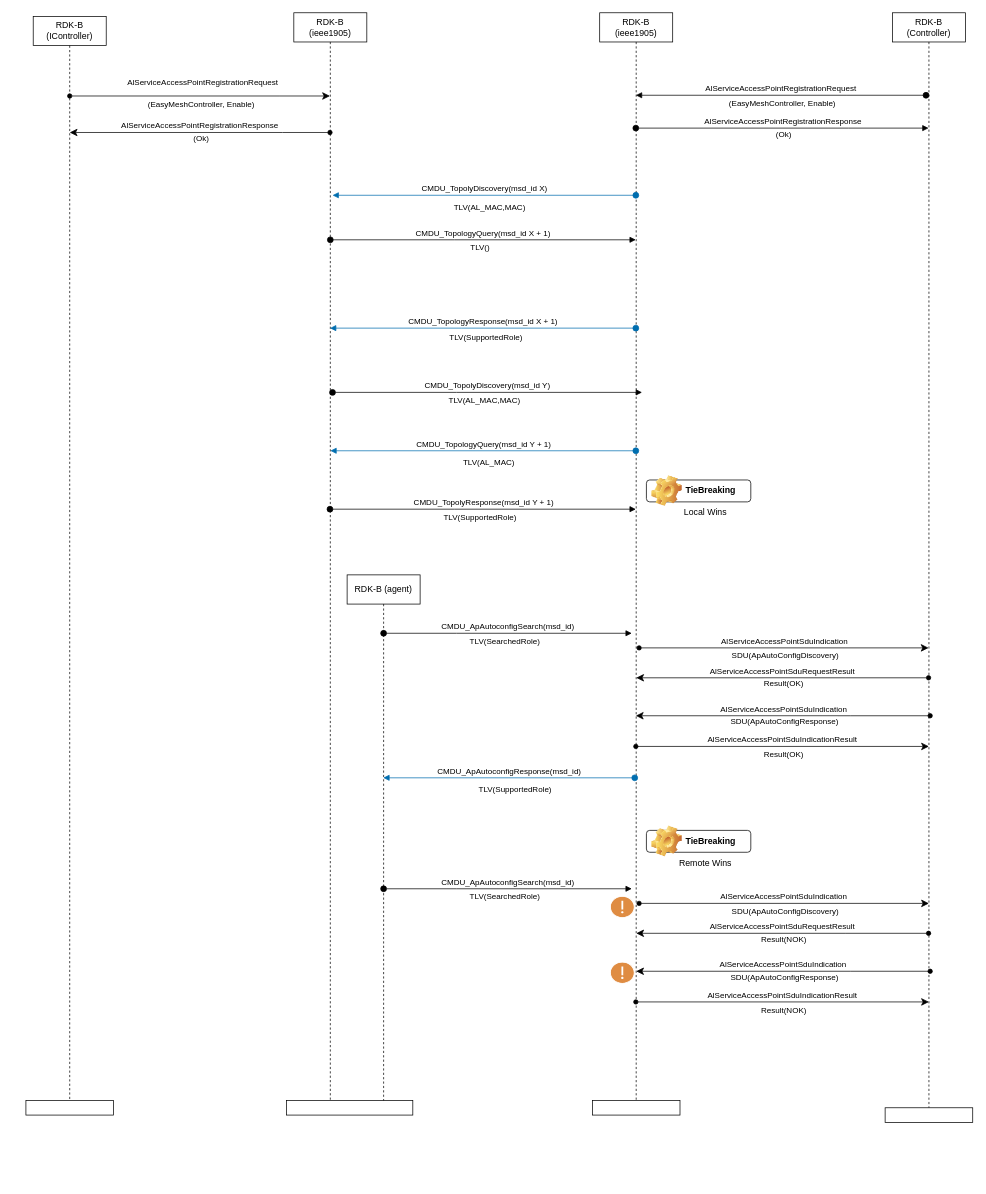
Earlier version of the draw.io diagram page "IEEE1905_PROTECTION" (2 of 2) of docs/architecture/call_flow_diagram/IEEE1905_call_flow.drawio (rdkcentral/ieee1905-rs). Source tidied: cells renumbered, new cells numbered last; positions are measured from the earlier drawing's top-left corner, leaving out a move shared by most shapes. Both pictures are drawn from the tidied source at 73%, with x=0, y=0 at pixel (26, 12).
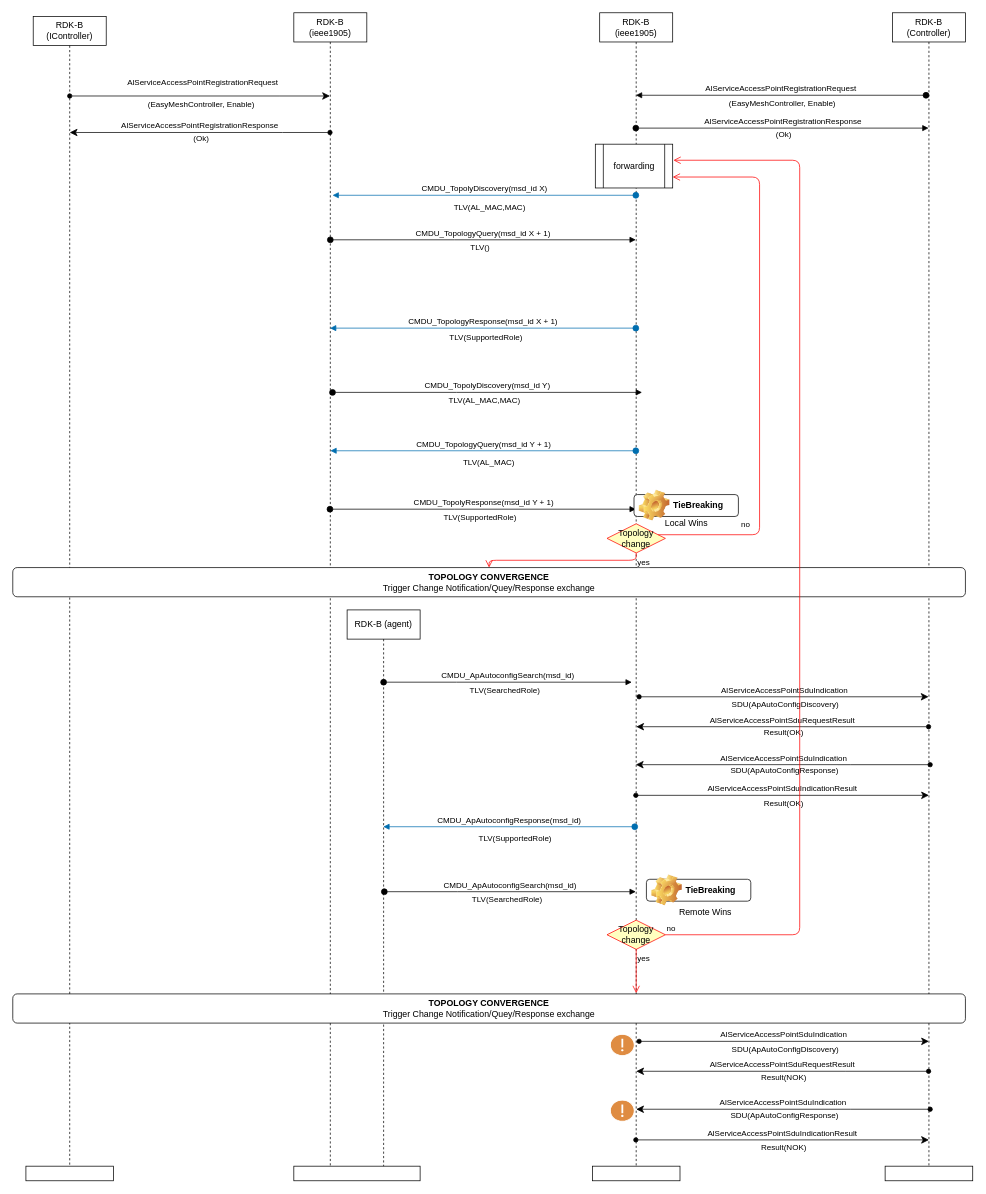
Above is the later version.

The edit, as a diff of the source:
```diff
@@
     <mxCell id="2" value="RDK-B (ieee1905)" style="shape=umlLifeline;perimeter=lifelinePerimeter;whiteSpace=wrap;html=1;outlineConnect=0;portConstraint=eastwest;newEdgeStyle={&quot;curved&quot;:0,&quot;rounded&quot;:0};" parent="1" vertex="1">
-      <mxGeometry x="367" width="100" height="1490" as="geometry" />
+      <mxGeometry x="367" width="100" height="1580" as="geometry" />
     </mxCell>
@@
     <mxCell id="5" value="RDK-B&lt;div&gt;(ieee1905)&lt;/div&gt;" style="shape=umlLifeline;perimeter=lifelinePerimeter;whiteSpace=wrap;html=1;outlineConnect=0;portConstraint=eastwest;newEdgeStyle={&quot;curved&quot;:0,&quot;rounded&quot;:0};" parent="1" vertex="1">
-      <mxGeometry x="786" width="100" height="1490" as="geometry" />
+      <mxGeometry x="786" width="100" height="1580" as="geometry" />
     </mxCell>
     <mxCell id="6" value="RDK-B&lt;br&gt;&lt;div&gt;(Controller&lt;span style=&quot;background-color: transparent; color: light-dark(rgb(0, 0, 0), rgb(255, 255, 255));&quot;&gt;)&lt;/span&gt;&lt;/div&gt;" style="shape=umlLifeline;perimeter=lifelinePerimeter;whiteSpace=wrap;html=1;outlineConnect=0;portConstraint=eastwest;newEdgeStyle={&quot;curved&quot;:0,&quot;rounded&quot;:0};" parent="1" vertex="1">
-      <mxGeometry x="1187" width="100" height="1500" as="geometry" />
+      <mxGeometry x="1187" width="100" height="1580" as="geometry" />
     </mxCell>
@@
-    <mxCell id="21" value="AlServiceAccessPointSduIndication" style="html=1;verticalAlign=bottom;startArrow=classic;startFill=1;endArrow=oval;startSize=8;curved=0;rounded=0;endFill=1;" parent="1" edge="1" source="6">
+    <mxCell id="21" value="AlServiceAccessPointSduIndication" style="html=1;verticalAlign=bottom;startArrow=classic;startFill=1;endArrow=oval;startSize=8;curved=0;rounded=0;endFill=1;" parent="1" edge="1">
       <mxGeometry relative="1" as="geometry">
-        <mxPoint x="840" y="870" as="targetPoint" />
+        <mxPoint x="1236.5" y="937" as="sourcePoint" />
+        <mxPoint x="840" y="937" as="targetPoint" />
       </mxGeometry>
     </mxCell>
@@
-    <mxCell id="23" value="AlServiceAccessPointSduIndication" style="html=1;verticalAlign=bottom;startArrow=classic;startFill=1;endArrow=oval;startSize=8;curved=0;rounded=0;endFill=1;" parent="1" edge="1" source="5">
+    <mxCell id="23" value="AlServiceAccessPointSduIndication" style="html=1;verticalAlign=bottom;startArrow=classic;startFill=1;endArrow=oval;startSize=8;curved=0;rounded=0;endFill=1;" parent="1" edge="1">
       <mxGeometry relative="1" as="geometry">
-        <mxPoint x="1238.7" y="963" as="targetPoint" />
+        <mxPoint x="835.5" y="1030" as="sourcePoint" />
+        <mxPoint x="1238.7" y="1030" as="targetPoint" />
         <Array as="points">
-          <mxPoint x="1129.2" y="963" />
+          <mxPoint x="1129.2" y="1030" />
         </Array>
       </mxGeometry>
     </mxCell>
@@
     <mxCell id="25" value="AlServiceAccessPointSduRequestResult" style="html=1;verticalAlign=bottom;startArrow=classic;startFill=1;endArrow=oval;startSize=8;curved=0;rounded=0;endFill=1;" parent="1" edge="1">
       <mxGeometry relative="1" as="geometry">
-        <mxPoint x="836.1" y="911" as="sourcePoint" />
-        <mxPoint x="1236.5" y="911" as="targetPoint" />
+        <mxPoint x="836.1" y="978" as="sourcePoint" />
+        <mxPoint x="1236.5" y="978" as="targetPoint" />
         <Array as="points">
-          <mxPoint x="1122.2" y="911" />
+          <mxPoint x="1122.2" y="978" />
         </Array>
       </mxGeometry>
     </mxCell>
@@
     <mxCell id="27" value="AlServiceAccessPointSduIndicationResult" style="html=1;verticalAlign=bottom;startArrow=classic;startFill=1;endArrow=oval;startSize=8;curved=0;rounded=0;endFill=1;" parent="1" edge="1">
       <mxGeometry relative="1" as="geometry">
-        <mxPoint x="1237" y="1005" as="sourcePoint" />
-        <mxPoint x="835.5" y="1005" as="targetPoint" />
+        <mxPoint x="1237" y="1072" as="sourcePoint" />
+        <mxPoint x="835.5" y="1072" as="targetPoint" />
       </mxGeometry>
     </mxCell>
@@
-    <mxCell id="29" value="CMDU_ApAutoconfigResponse(msd_id)" style="html=1;verticalAlign=bottom;startArrow=oval;startFill=1;endArrow=block;startSize=8;curved=0;rounded=0;fillColor=#1ba1e2;strokeColor=#006EAF;" parent="1" edge="1" target="44">
+    <mxCell id="29" value="CMDU_ApAutoconfigResponse(msd_id)" style="html=1;verticalAlign=bottom;startArrow=oval;startFill=1;endArrow=block;startSize=8;curved=0;rounded=0;fillColor=#1ba1e2;strokeColor=#006EAF;" parent="1" edge="1">
       <mxGeometry relative="1" as="geometry">
-        <mxPoint x="834" y="1048" as="sourcePoint" />
+        <mxPoint x="834" y="1115" as="sourcePoint" />
+        <mxPoint x="489.5" y="1115" as="targetPoint" />
       </mxGeometry>
     </mxCell>
@@
     <mxCell id="31" value="CMDU_ApAutoconfigSearch(msd_id)" style="html=1;verticalAlign=bottom;startArrow=oval;startFill=1;endArrow=block;startSize=8;curved=0;rounded=0;" parent="1" edge="1">
       <mxGeometry relative="1" as="geometry">
-        <mxPoint x="490" y="850" as="sourcePoint" />
-        <mxPoint x="830" y="850" as="targetPoint" />
+        <mxPoint x="490" y="917" as="sourcePoint" />
+        <mxPoint x="830" y="917" as="targetPoint" />
         <Array as="points">
-          <mxPoint x="590" y="850" />
+          <mxPoint x="590" y="917" />
         </Array>
       </mxGeometry>
     </mxCell>
@@
     <mxCell id="33" style="rounded=0;whiteSpace=wrap;html=1;" parent="1" vertex="1">
-      <mxGeometry x="357" y="1490" width="173" height="20" as="geometry" />
+      <mxGeometry x="367" y="1580" width="173" height="20" as="geometry" />
     </mxCell>
     <mxCell id="34" style="rounded=0;whiteSpace=wrap;html=1;" parent="1" vertex="1">
-      <mxGeometry x="776" y="1490" width="120" height="20" as="geometry" />
+      <mxGeometry x="776" y="1580" width="120" height="20" as="geometry" />
     </mxCell>
     <mxCell id="35" style="rounded=0;whiteSpace=wrap;html=1;" parent="1" vertex="1">
-      <mxGeometry x="1177" y="1500" width="120" height="20" as="geometry" />
+      <mxGeometry x="1177" y="1580" width="120" height="20" as="geometry" />
     </mxCell>
     <mxCell id="36" style="rounded=0;whiteSpace=wrap;html=1;" parent="1" vertex="1">
-      <mxGeometry y="1490" width="120" height="20" as="geometry" />
+      <mxGeometry y="1580" width="120" height="20" as="geometry" />
     </mxCell>
     <mxCell id="37" value="RDK-B (IController)" style="shape=umlLifeline;perimeter=lifelinePerimeter;whiteSpace=wrap;html=1;newEdgeStyle={&quot;curved&quot;:0,&quot;rounded&quot;:0};" parent="1" vertex="1">
-      <mxGeometry x="10" y="5" width="100" height="1485" as="geometry" />
+      <mxGeometry x="10" y="5" width="100" height="1575" as="geometry" />
     </mxCell>
@@
     <mxCell id="42" value="TieBreaking" style="label;whiteSpace=wrap;html=1;image=img/clipart/Gear_128x128.png;" parent="1" vertex="1">
-      <mxGeometry x="850" y="640" width="143" height="30" as="geometry" />
+      <mxGeometry x="833" y="660" width="143" height="30" as="geometry" />
     </mxCell>
     <mxCell id="43" value="Local Wins" style="text;html=1;align=center;verticalAlign=middle;whiteSpace=wrap;rounded=0;" parent="1" vertex="1">
-      <mxGeometry x="886" y="670" width="90" height="30" as="geometry" />
+      <mxGeometry x="859.5" y="684" width="90" height="30" as="geometry" />
     </mxCell>
     <mxCell id="44" value="RDK-B (agent)" style="shape=umlLifeline;perimeter=lifelinePerimeter;whiteSpace=wrap;html=1;outlineConnect=0;portConstraint=eastwest;newEdgeStyle={&quot;curved&quot;:0,&quot;rounded&quot;:0};" parent="1" vertex="1">
-      <mxGeometry x="440" y="770" width="100" height="720" as="geometry" />
+      <mxGeometry x="440" y="818" width="100" height="762" as="geometry" />
     </mxCell>
     <mxCell id="45" value="TieBreaking" style="label;whiteSpace=wrap;html=1;image=img/clipart/Gear_128x128.png;" parent="1" vertex="1">
-      <mxGeometry x="850" y="1120" width="143" height="30" as="geometry" />
+      <mxGeometry x="850" y="1187" width="143" height="30" as="geometry" />
     </mxCell>
     <mxCell id="46" value="Remote Wins" style="text;html=1;align=center;verticalAlign=middle;whiteSpace=wrap;rounded=0;" parent="1" vertex="1">
-      <mxGeometry x="886" y="1150" width="90" height="30" as="geometry" />
+      <mxGeometry x="886" y="1217" width="90" height="30" as="geometry" />
     </mxCell>
     <mxCell id="47" value="AlServiceAccessPointSduIndication" style="html=1;verticalAlign=bottom;startArrow=classic;startFill=1;endArrow=oval;startSize=8;curved=0;rounded=0;endFill=1;" parent="1" edge="1">
       <mxGeometry relative="1" as="geometry">
-        <mxPoint x="1237" y="1220" as="sourcePoint" />
-        <mxPoint x="840" y="1220" as="targetPoint" />
+        <mxPoint x="1237" y="1409" as="sourcePoint" />
+        <mxPoint x="840" y="1409" as="targetPoint" />
       </mxGeometry>
     </mxCell>
@@
     <mxCell id="49" value="AlServiceAccessPointSduIndication" style="html=1;verticalAlign=bottom;startArrow=classic;startFill=1;endArrow=oval;startSize=8;curved=0;rounded=0;endFill=1;" parent="1" edge="1">
       <mxGeometry relative="1" as="geometry">
-        <mxPoint x="836" y="1313" as="sourcePoint" />
-        <mxPoint x="1238.7" y="1313" as="targetPoint" />
+        <mxPoint x="836" y="1502" as="sourcePoint" />
+        <mxPoint x="1238.7" y="1502" as="targetPoint" />
         <Array as="points">
-          <mxPoint x="1129.2" y="1313" />
+          <mxPoint x="1129.2" y="1502" />
         </Array>
       </mxGeometry>
     </mxCell>
@@
     <mxCell id="51" value="AlServiceAccessPointSduRequestResult" style="html=1;verticalAlign=bottom;startArrow=classic;startFill=1;endArrow=oval;startSize=8;curved=0;rounded=0;endFill=1;" parent="1" edge="1">
       <mxGeometry relative="1" as="geometry">
-        <mxPoint x="836.1" y="1261" as="sourcePoint" />
-        <mxPoint x="1236.5" y="1261" as="targetPoint" />
+        <mxPoint x="836.1" y="1450" as="sourcePoint" />
+        <mxPoint x="1236.5" y="1450" as="targetPoint" />
         <Array as="points">
-          <mxPoint x="1122.2" y="1261" />
+          <mxPoint x="1122.2" y="1450" />
         </Array>
       </mxGeometry>
     </mxCell>
@@
     <mxCell id="53" value="AlServiceAccessPointSduIndicationResult" style="html=1;verticalAlign=bottom;startArrow=classic;startFill=1;endArrow=oval;startSize=8;curved=0;rounded=0;endFill=1;" parent="1" edge="1">
       <mxGeometry relative="1" as="geometry">
-        <mxPoint x="1237" y="1355" as="sourcePoint" />
-        <mxPoint x="835.5" y="1355" as="targetPoint" />
+        <mxPoint x="1237" y="1544" as="sourcePoint" />
+        <mxPoint x="835.5" y="1544" as="targetPoint" />
       </mxGeometry>
     </mxCell>
@@
-    <mxCell id="55" value="CMDU_ApAutoconfigSearch(msd_id)" style="html=1;verticalAlign=bottom;startArrow=oval;startFill=1;endArrow=block;startSize=8;curved=0;rounded=0;" parent="1" edge="1">
+    <mxCell id="55" value="CMDU_ApAutoconfigSearch(msd_id)" style="html=1;verticalAlign=bottom;startArrow=oval;startFill=1;endArrow=block;startSize=8;curved=0;rounded=0;" parent="1" edge="1" target="5">
       <mxGeometry relative="1" as="geometry">
-        <mxPoint x="490" y="1200" as="sourcePoint" />
-        <mxPoint x="830" y="1200" as="targetPoint" />
+        <mxPoint x="491" y="1204" as="sourcePoint" />
         <Array as="points">
-          <mxPoint x="590" y="1200" />
+          <mxPoint x="591" y="1204" />
         </Array>
       </mxGeometry>
     </mxCell>
@@
     <mxCell id="57" style="sketch=0;shadow=0;dashed=0;html=1;strokeColor=none;fillColor=#DF8C42;labelPosition=center;verticalLabelPosition=bottom;verticalAlign=top;align=center;shape=mxgraph.veeam2.critical;" parent="1" vertex="1">
-      <mxGeometry x="800" y="1300" width="34" height="30" as="geometry" />
+      <mxGeometry x="800" y="1489" width="34" height="30" as="geometry" />
     </mxCell>
     <mxCell id="58" style="sketch=0;shadow=0;dashed=0;html=1;strokeColor=none;fillColor=#DF8C42;labelPosition=center;verticalLabelPosition=bottom;verticalAlign=top;align=center;shape=mxgraph.veeam2.critical;" parent="1" vertex="1">
-      <mxGeometry x="800" y="1210" width="34" height="30" as="geometry" />
+      <mxGeometry x="800" y="1399" width="34" height="30" as="geometry" />
     </mxCell>
+    <mxCell id="59" value="&lt;b&gt;TOPOLOGY CONVERGENCE&lt;/b&gt;&lt;div&gt;Trigger Change Notification/Quey/Response exchange&lt;/div&gt;" style="rounded=1;whiteSpace=wrap;html=1;" parent="1" vertex="1">
+      <mxGeometry x="-18" y="760" width="1305" height="40" as="geometry" />
+    </mxCell>
+    <mxCell id="60" value="Topology&lt;div&gt;change&lt;/div&gt;" style="rhombus;whiteSpace=wrap;html=1;fontColor=#000000;fillColor=#ffffc0;strokeColor=#ff0000;" parent="1" vertex="1">
+      <mxGeometry x="796" y="700" width="80" height="40" as="geometry" />
+    </mxCell>
+    <mxCell id="61" value="no" style="edgeStyle=orthogonalEdgeStyle;html=1;align=left;verticalAlign=bottom;endArrow=open;endSize=8;strokeColor=#ff0000;entryX=1;entryY=0.75;entryDx=0;entryDy=0;" parent="1" edge="1" source="60" target="63">
+      <mxGeometry x="-0.7" y="5" relative="1" as="geometry">
+        <Array as="points">
+          <mxPoint x="1005" y="715" />
+          <mxPoint x="1005" y="225" />
+        </Array>
+      </mxGeometry>
+    </mxCell>
+    <mxCell id="62" value="yes" style="edgeStyle=orthogonalEdgeStyle;html=1;align=left;verticalAlign=top;endArrow=open;endSize=8;strokeColor=#ff0000;" parent="1" edge="1" source="60" target="59">
+      <mxGeometry x="-1" relative="1" as="geometry" />
+    </mxCell>
+    <mxCell id="63" value="forwarding" style="shape=process;whiteSpace=wrap;html=1;backgroundOutline=1;" parent="1" vertex="1">
+      <mxGeometry x="780" y="180" width="106" height="60" as="geometry" />
+    </mxCell>
+    <mxCell id="64" value="Topology&lt;div&gt;change&lt;/div&gt;" style="rhombus;whiteSpace=wrap;html=1;fontColor=#000000;fillColor=#ffffc0;strokeColor=#ff0000;" parent="1" vertex="1">
+      <mxGeometry x="796" y="1243" width="80" height="40" as="geometry" />
+    </mxCell>
+    <mxCell id="65" value="no" style="edgeStyle=orthogonalEdgeStyle;html=1;align=left;verticalAlign=bottom;endArrow=open;endSize=8;strokeColor=#ff0000;entryX=1.009;entryY=0.367;entryDx=0;entryDy=0;entryPerimeter=0;" parent="1" edge="1" source="64" target="63">
+      <mxGeometry x="-1" relative="1" as="geometry">
+        <Array as="points">
+          <mxPoint x="1060" y="1263" />
+          <mxPoint x="1060" y="202" />
+        </Array>
+      </mxGeometry>
+    </mxCell>
+    <mxCell id="66" value="yes" style="edgeStyle=orthogonalEdgeStyle;html=1;align=left;verticalAlign=top;endArrow=open;endSize=8;strokeColor=#ff0000;" parent="1" edge="1" source="64">
+      <mxGeometry x="-1" relative="1" as="geometry">
+        <mxPoint x="836" y="1343" as="targetPoint" />
+      </mxGeometry>
+    </mxCell>
+    <mxCell id="67" value="&lt;b&gt;TOPOLOGY CONVERGENCE&lt;/b&gt;&lt;div&gt;Trigger Change Notification/Quey/Response exchange&lt;/div&gt;" style="rounded=1;whiteSpace=wrap;html=1;" parent="1" vertex="1">
+      <mxGeometry x="-18" y="1344" width="1305" height="40" as="geometry" />
+    </mxCell>
```
